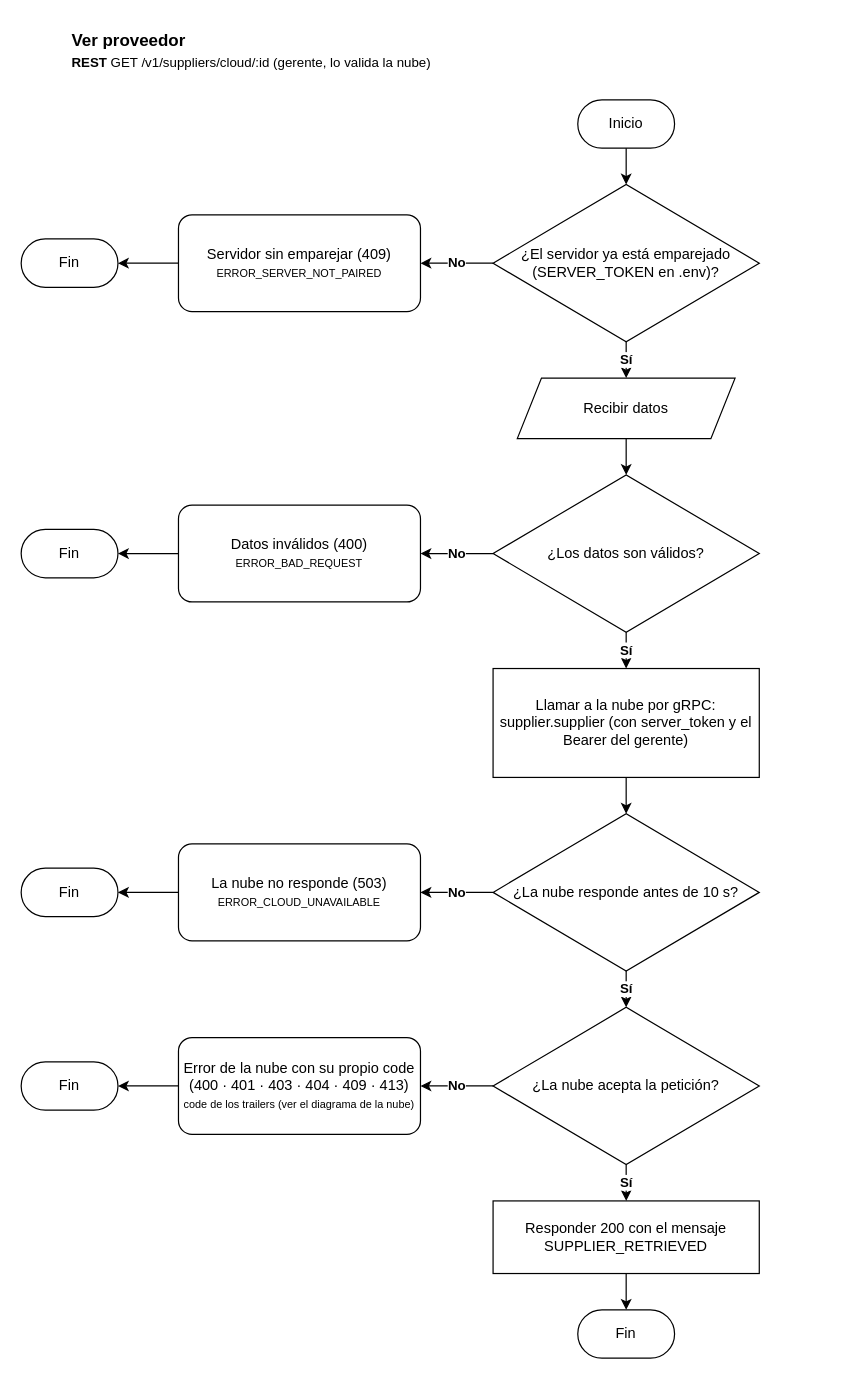
Andry510/miyabi-restaurant-server keeps this draw.io diagram as documents/diagrams/workflows/supplier/cloud/supplier.drawio. Above is the earlier version. Source tidied: cells renumbered, new cells numbered last; positions are measured from the earlier drawing's top-left corner, leaving out a move shared by most shapes. Both pictures are drawn from the tidied source at 121%, with x=0, y=0 at pixel (21, 21).
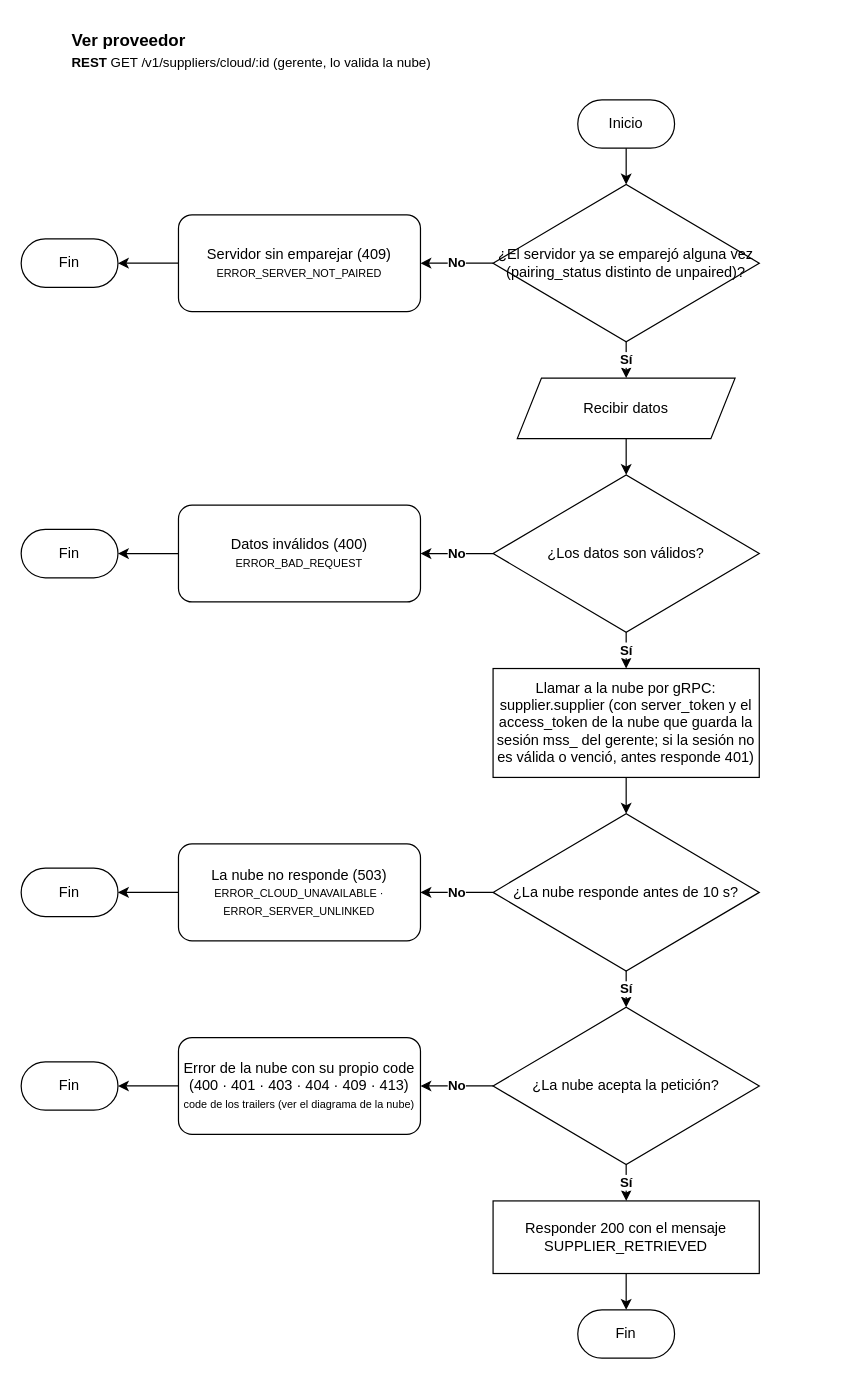
The same page after the edit.

Diff of the diagram source:
```diff
@@
-    <mxCell id="4" value="¿El servidor ya está emparejado (SERVER_TOKEN en .env)?" style="rhombus;whiteSpace=wrap;html=1;rounded=1;arcSize=0;" parent="1" vertex="1">
+    <mxCell id="4" value="¿El servidor ya se emparejó alguna vez (pairing_status distinto de unpaired)?" style="rhombus;whiteSpace=wrap;html=1;rounded=1;arcSize=0;" parent="1" vertex="1">
       <mxGeometry x="390" y="135" width="220" height="130" as="geometry" />
     </mxCell>
@@
-    <mxCell id="18" value="Llamar a la nube por gRPC: supplier.supplier (con server_token y el Bearer del gerente)" style="rounded=0;whiteSpace=wrap;html=1;" parent="1" vertex="1">
+    <mxCell id="18" value="Llamar a la nube por gRPC: supplier.supplier (con server_token y el access_token de la nube que guarda la sesión mss_ del gerente; si la sesión no es válida o venció, antes responde 401)" style="rounded=0;whiteSpace=wrap;html=1;" parent="1" vertex="1">
       <mxGeometry x="390" y="535" width="220" height="90" as="geometry" />
     </mxCell>
@@
-    <mxCell id="22" value="La nube no responde (503)&lt;br&gt;&lt;font style=&quot;font-size: 9px;&quot;&gt;ERROR_CLOUD_UNAVAILABLE&lt;/font&gt;" style="rounded=1;whiteSpace=wrap;html=1;arcSize=14;" parent="1" vertex="1">
+    <mxCell id="22" value="La nube no responde (503)&lt;br&gt;&lt;font style=&quot;font-size: 9px;&quot;&gt;ERROR_CLOUD_UNAVAILABLE · ERROR_SERVER_UNLINKED&lt;/font&gt;" style="rounded=1;whiteSpace=wrap;html=1;arcSize=14;" parent="1" vertex="1">
       <mxGeometry x="130" y="680" width="200" height="80" as="geometry" />
     </mxCell>
```
